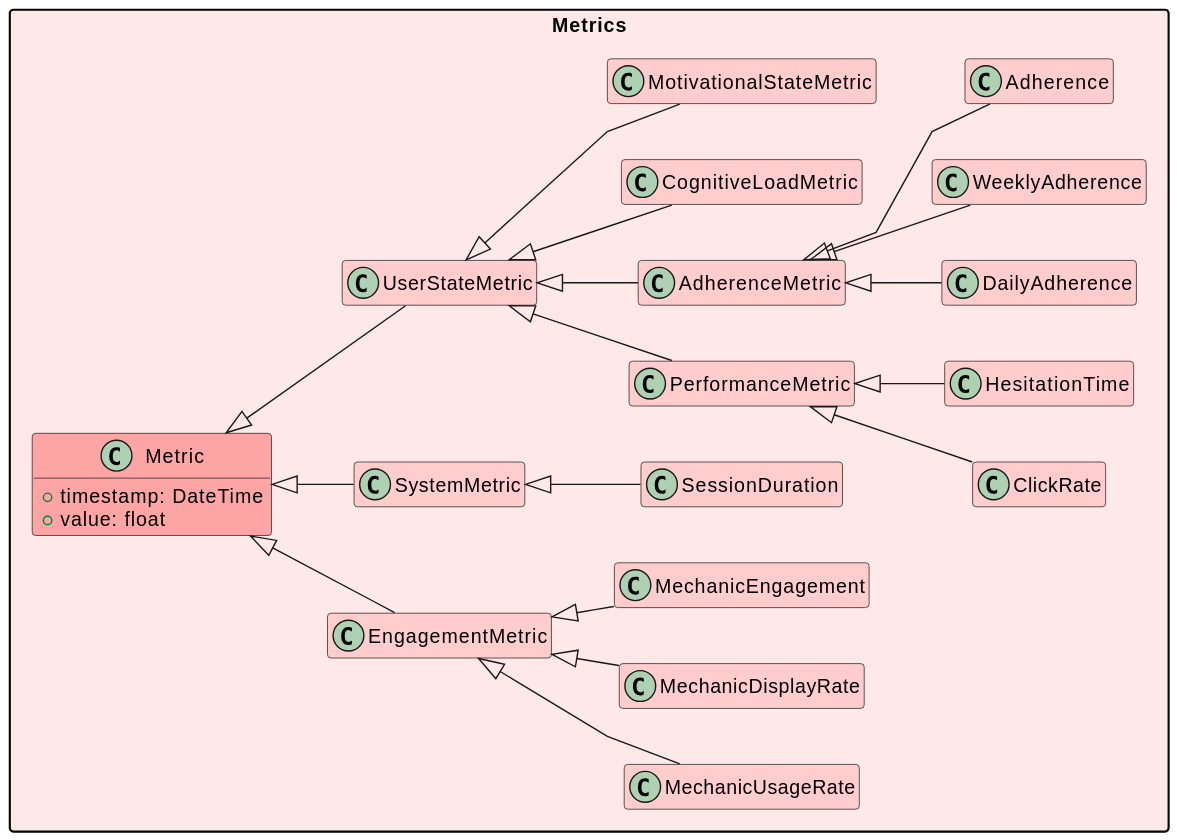
Above: out/UML/metrics/metrics.svg in Maks-stack/ontology (PlantUML), before the change.
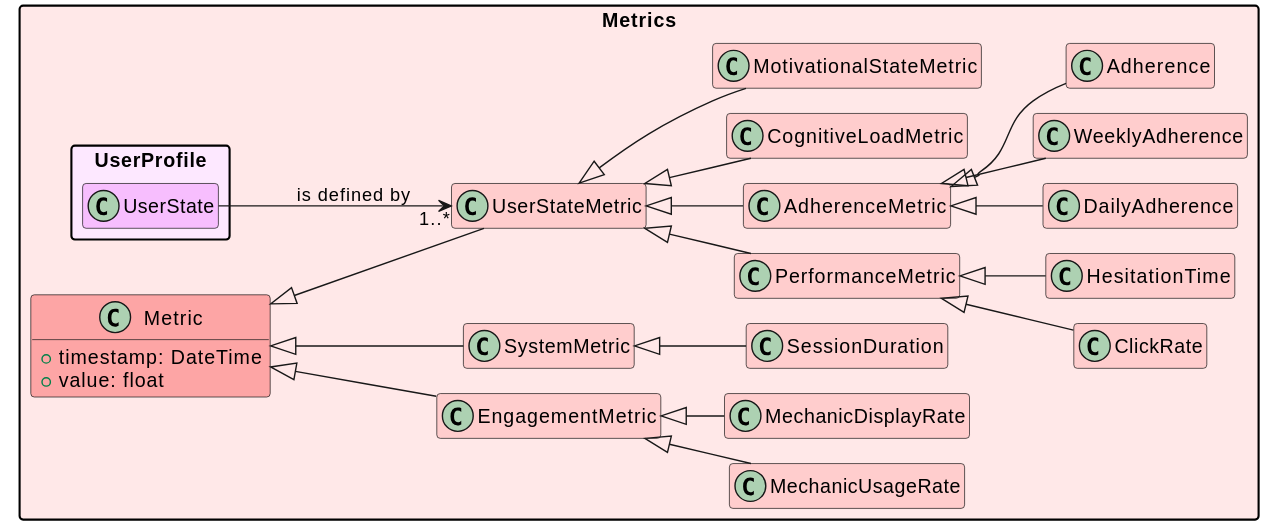
Above is the later version.

The edit, as a diff of the source:
```diff
@@ -1,5 +1,6 @@
 @startuml
 skinparam linetype polyline
+!pragma layout smetana
 hide empty methods
 hide empty attributes
 hide empty members
@@ -31,10 +32,16 @@
   class WeeklyAdherence metricsLight extends AdherenceMetric
   class MechanicUsageRate metricsLight extends EngagementMetric
   class MechanicDisplayRate metricsLight extends EngagementMetric
-  class MechanicEngagement metricsLight extends EngagementMetric
   class SessionDuration metricsLight extends SystemMetric
   class ClickRate metricsLight extends PerformanceMetric
   class Adherence metricsLight extends AdherenceMetric
   class HesitationTime metricsLight extends PerformanceMetric
+
+  !if ($renderMode != "master")
+  package UserProfile #fde8ffff {
+    class UserState #f7befeff
+  }
+  UserProfile.UserState --> "1..*" UserStateMetric : "is defined by"
+  !endif
 }
 @enduml
```
